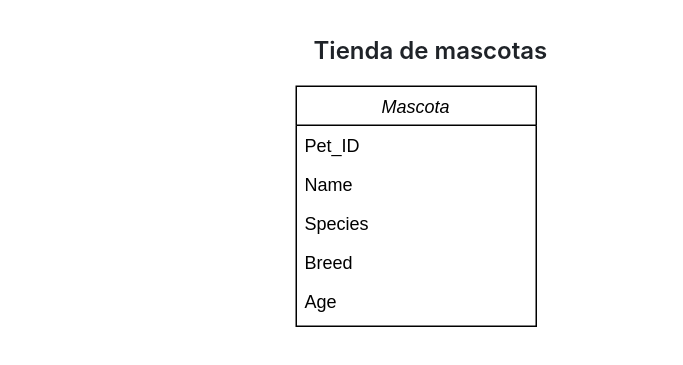
Before: Diagrama sin título.drawio in luiscarlos370/modulo03-kambcode-Final, a draw.io diagram. Source tidied: cells renumbered, new cells numbered last; positions are measured from the earlier drawing's top-left corner, leaving out a move shared by most shapes. Both pictures are drawn from the tidied source at 150%, with x=0, y=0 at pixel (296, 26).
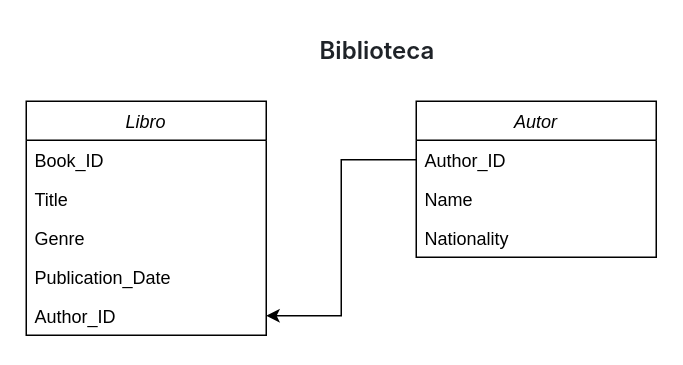
Above is the later version.

The edit, as a diff of the source:
```diff
@@
 <mxGraphModel>
   <root>
     <mxCell id="0" />
     <mxCell id="1" parent="0" />
-    <mxCell id="2" value="Mascota" style="swimlane;fontStyle=2;align=center;verticalAlign=top;horizontal=1;startSize=26;rounded=0;shadow=0;strokeWidth=1;" parent="1" vertex="1">
-      <mxGeometry y="40" width="160" height="160" as="geometry" />
+    <mxCell id="2" value="Libro" style="swimlane;fontStyle=2;align=center;verticalAlign=top;horizontal=1;startSize=26;rounded=0;shadow=0;strokeWidth=1;" parent="1" vertex="1">
+      <mxGeometry x="-180" y="50" width="160" height="156" as="geometry" />
     </mxCell>
-    <mxCell id="3" value="Pet_ID" style="text;align=left;verticalAlign=top;spacingLeft=4;spacingRight=4;overflow=hidden;" parent="2" vertex="1">
+    <mxCell id="3" value="Book_ID" style="text;align=left;verticalAlign=top;spacingLeft=4;spacingRight=4;overflow=hidden;" parent="2" vertex="1">
       <mxGeometry y="26" width="160" height="26" as="geometry" />
     </mxCell>
-    <mxCell id="4" value="Name" style="text;align=left;verticalAlign=top;spacingLeft=4;spacingRight=4;overflow=hidden;rounded=0;shadow=0;html=0;" parent="2" vertex="1">
+    <mxCell id="4" value="Title" style="text;align=left;verticalAlign=top;spacingLeft=4;spacingRight=4;overflow=hidden;rounded=0;shadow=0;html=0;" parent="2" vertex="1">
       <mxGeometry y="52" width="160" height="26" as="geometry" />
     </mxCell>
-    <mxCell id="5" value="Species" style="text;align=left;verticalAlign=top;spacingLeft=4;spacingRight=4;overflow=hidden;rounded=0;shadow=0;html=0;" parent="2" vertex="1">
+    <mxCell id="5" value="Genre" style="text;align=left;verticalAlign=top;spacingLeft=4;spacingRight=4;overflow=hidden;rounded=0;shadow=0;html=0;" parent="2" vertex="1">
       <mxGeometry y="78" width="160" height="26" as="geometry" />
     </mxCell>
+    <mxCell id="9" value="Publication_Date" style="text;align=left;verticalAlign=top;spacingLeft=4;spacingRight=4;overflow=hidden;rounded=0;shadow=0;html=0;" parent="2" vertex="1">
+      <mxGeometry y="104" width="160" height="26" as="geometry" />
+    </mxCell>
-    <mxCell id="6" value="Breed" style="text;align=left;verticalAlign=top;spacingLeft=4;spacingRight=4;overflow=hidden;points=[[0,0.5],[1,0.5]];portConstraint=eastwest;rounded=0;shadow=0;html=0;" parent="2" vertex="1">
-      <mxGeometry y="104" width="160" height="26" as="geometry" />
+    <mxCell id="6" value="Author_ID" style="text;align=left;verticalAlign=top;spacingLeft=4;spacingRight=4;overflow=hidden;points=[[0,0.5],[1,0.5]];portConstraint=eastwest;rounded=0;shadow=0;html=0;" parent="2" vertex="1">
+      <mxGeometry y="130" width="160" height="26" as="geometry" />
     </mxCell>
-    <mxCell id="7" value="Age&#10;" style="text;align=left;verticalAlign=top;spacingLeft=4;spacingRight=4;overflow=hidden;rounded=0;shadow=0;html=0;" parent="2" vertex="1">
-      <mxGeometry y="130" width="160" height="26" as="geometry" />
-    </mxCell>
-    <mxCell id="8" value="&lt;strong style=&quot;box-sizing: border-box; font-weight: var(--base-text-weight-semibold, 600); color: rgb(31, 35, 40); font-family: -apple-system, BlinkMacSystemFont, &amp;quot;Segoe UI&amp;quot;, &amp;quot;Noto Sans&amp;quot;, Helvetica, Arial, sans-serif, &amp;quot;Apple Color Emoji&amp;quot;, &amp;quot;Segoe UI Emoji&amp;quot;; font-size: 16px; font-style: normal; font-variant-ligatures: normal; font-variant-caps: normal; letter-spacing: normal; orphans: 2; text-align: left; text-indent: 0px; text-transform: none; widows: 2; word-spacing: 0px; -webkit-text-stroke-width: 0px; white-space: normal; background-color: rgb(255, 255, 255); text-decoration-thickness: initial; text-decoration-style: initial; text-decoration-color: initial;&quot;&gt;&lt;font style=&quot;box-sizing: border-box; vertical-align: inherit;&quot;&gt;&lt;font style=&quot;box-sizing: border-box; vertical-align: inherit;&quot;&gt;Tienda de mascotas&lt;/font&gt;&lt;/font&gt;&lt;/strong&gt;" style="text;whiteSpace=wrap;html=1;" parent="1" vertex="1">
-      <mxGeometry x="10" width="180" height="40" as="geometry" />
+    <mxCell id="8" value="&lt;span style=&quot;box-sizing: border-box; font-weight: var(--base-text-weight-semibold, 600); color: rgb(31, 35, 40); font-family: -apple-system, BlinkMacSystemFont, &amp;quot;Segoe UI&amp;quot;, &amp;quot;Noto Sans&amp;quot;, Helvetica, Arial, sans-serif, &amp;quot;Apple Color Emoji&amp;quot;, &amp;quot;Segoe UI Emoji&amp;quot;; font-size: 16px; background-color: rgb(255, 255, 255);&quot;&gt;&lt;font style=&quot;box-sizing: border-box; vertical-align: inherit;&quot;&gt;&amp;nbsp;Biblioteca&lt;/font&gt;&lt;/span&gt;" style="text;whiteSpace=wrap;html=1;" parent="1" vertex="1">
+      <mxGeometry x="10" width="130" height="40" as="geometry" />
     </mxCell>
+    <mxCell id="10" value="Autor" style="swimlane;fontStyle=2;align=center;verticalAlign=top;horizontal=1;startSize=26;rounded=0;shadow=0;strokeWidth=1;" parent="1" vertex="1">
+      <mxGeometry x="80" y="50" width="160" height="104" as="geometry" />
+    </mxCell>
+    <mxCell id="11" value="Author_ID" style="text;align=left;verticalAlign=top;spacingLeft=4;spacingRight=4;overflow=hidden;points=[[0,0.5],[1,0.5]];portConstraint=eastwest;" parent="10" vertex="1">
+      <mxGeometry y="26" width="160" height="26" as="geometry" />
+    </mxCell>
+    <mxCell id="12" value="Name" style="text;align=left;verticalAlign=top;spacingLeft=4;spacingRight=4;overflow=hidden;rounded=0;shadow=0;html=0;" parent="10" vertex="1">
+      <mxGeometry y="52" width="160" height="26" as="geometry" />
+    </mxCell>
+    <mxCell id="13" value="Nationality" style="text;align=left;verticalAlign=top;spacingLeft=4;spacingRight=4;overflow=hidden;rounded=0;shadow=0;html=0;" parent="10" vertex="1">
+      <mxGeometry y="78" width="160" height="26" as="geometry" />
+    </mxCell>
+    <mxCell id="14" style="edgeStyle=orthogonalEdgeStyle;rounded=0;jettySize=auto;html=1;entryX=1;entryY=0.5;entryDx=0;entryDy=0;" parent="1" edge="1" source="11" target="6">
+      <mxGeometry relative="1" as="geometry" />
+    </mxCell>
   </root>
 </mxGraphModel>
```
